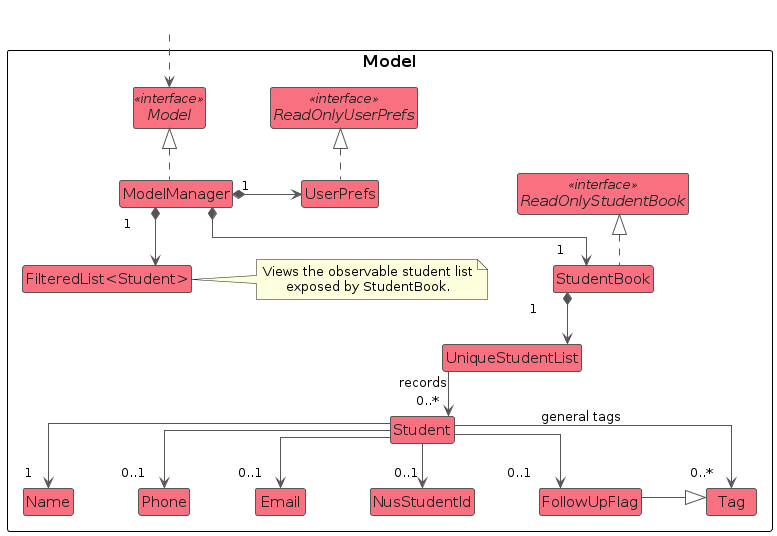
Above: diagrams/ModelClassDiagram.png in AY2627S1-CS2103T-T16-1/tp (PlantUML), before the change. Its source is kept beside it as diagrams/ModelClassDiagram.puml.
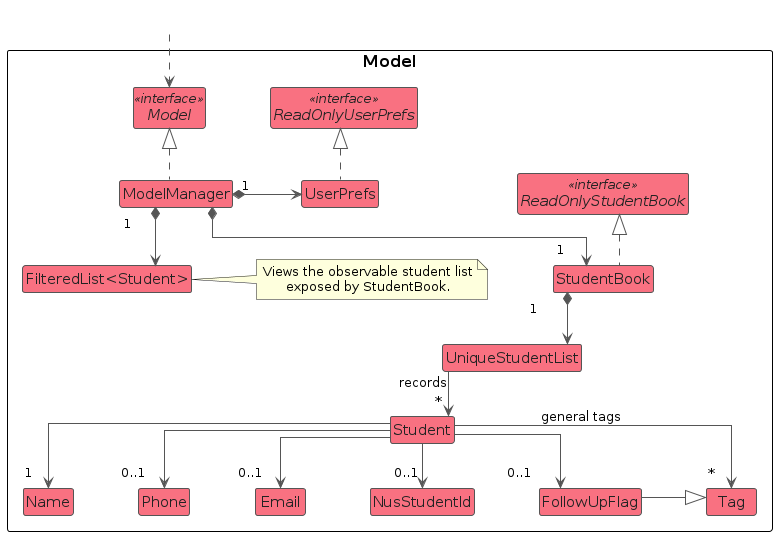
The same file after the commit.

Diff of the diagram source:
```diff
@@ -40,12 +40,12 @@
   Views the observable student list
   exposed by StudentBook.
 end note
-UniqueStudentList --> "0..*   " Student : records
+UniqueStudentList --> "~*   " Student : records
 Student --> "1   " Name
 Student --> "0..1   " Phone
 Student --> "0..1   " Email
 Student --> "0..1" NusStudentId
-Student --> "0..*   " Tag : general tags
+Student --> "~*   " Tag : general tags
 Student --> "0..1   " FollowUpFlag
 FollowUpFlag -right-|> Tag
 
```
